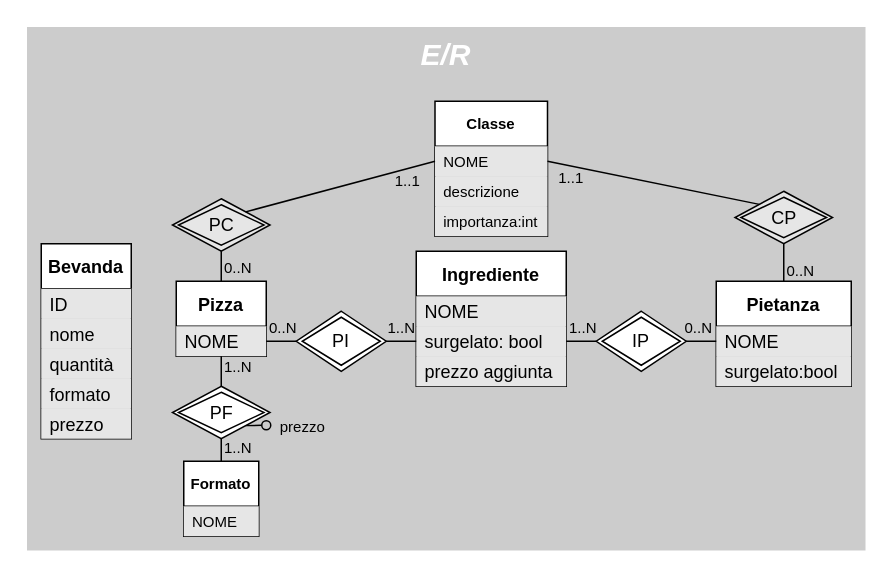
Earlier version of the draw.io diagram doc/assets/erCiclo1.drawio (omismone/strapizzami). Source tidied: cells renumbered, new cells numbered last; positions are measured from the earlier drawing's top-left corner, leaving out a move shared by most shapes. Both pictures are drawn from the tidied source at 150%, with x=0, y=0 at pixel (26, 26).
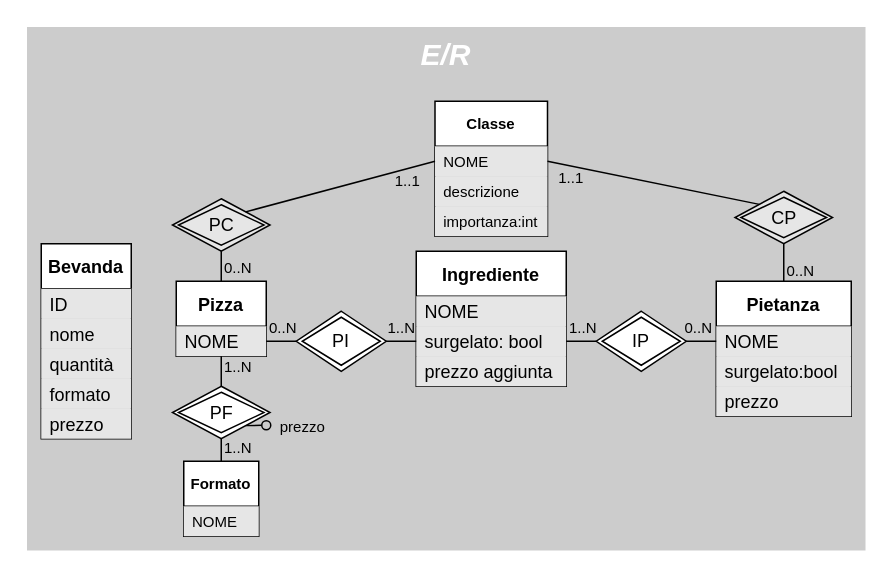
The same page after the edit.

The edit, as a diff of the source:
```diff
@@
     <mxCell id="11" value="Pietanza" style="swimlane;fontStyle=1;horizontal=1;startSize=30;fillColor=#FFFFFF;strokeColor=#000000;" parent="1" vertex="1">
-      <mxGeometry x="460" y="170" width="90" height="70" as="geometry" />
+      <mxGeometry x="460" y="170" width="90" height="90" as="geometry" />
     </mxCell>
@@
+    <mxCell id="51" value="prezzo" style="text;strokeColor=none;fillColor=#E6E6E6;align=left;verticalAlign=middle;spacingLeft=4;spacingRight=4;overflow=hidden;" parent="11" vertex="1">
+      <mxGeometry y="70" width="90" height="20" as="geometry" />
+    </mxCell>
```
